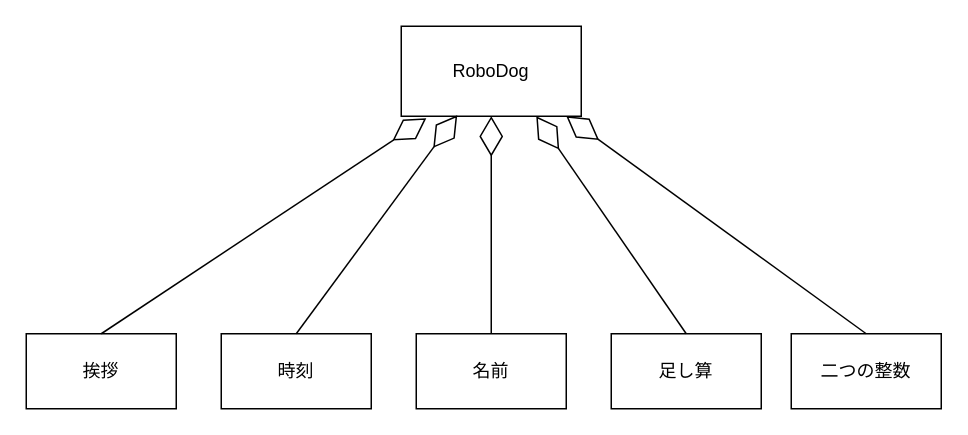
Above: 06_robo_dog/domain.drawio in otsukaasahi/ohara_uml (draw.io), before the change. Source tidied: cells renumbered, new cells numbered last; positions are measured from the earlier drawing's top-left corner, leaving out a move shared by most shapes. Both pictures are drawn from the tidied source at 150%, with x=0, y=0 at pixel (26, 26).
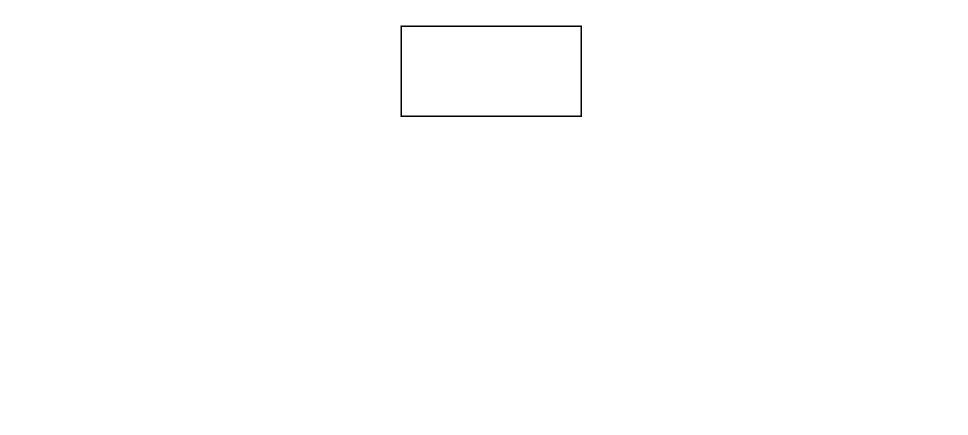
The same diagram, later.

Change to the diagram source:
```diff
@@
 <mxGraphModel>
   <root>
     <mxCell id="0" />
     <mxCell id="1" parent="0" />
-    <mxCell id="2" value="RoboDog" style="rounded=0;whiteSpace=wrap;html=1;" parent="1" vertex="1">
+    <mxCell id="2" style="rounded=0;whiteSpace=wrap;html=1;" parent="1" vertex="1">
       <mxGeometry x="250" width="120" height="60" as="geometry" />
     </mxCell>
-    <mxCell id="3" value="挨拶" style="rounded=0;whiteSpace=wrap;html=1;" parent="1" vertex="1">
-      <mxGeometry y="205" width="100" height="50" as="geometry" />
-    </mxCell>
-    <mxCell id="4" value="時刻" style="rounded=0;whiteSpace=wrap;html=1;" parent="1" vertex="1">
-      <mxGeometry x="130" y="205" width="100" height="50" as="geometry" />
-    </mxCell>
-    <mxCell id="5" value="名前" style="rounded=0;whiteSpace=wrap;html=1;" parent="1" vertex="1">
-      <mxGeometry x="260" y="205" width="100" height="50" as="geometry" />
-    </mxCell>
-    <mxCell id="6" value="足し算" style="rounded=0;whiteSpace=wrap;html=1;" parent="1" vertex="1">
-      <mxGeometry x="390" y="205" width="100" height="50" as="geometry" />
-    </mxCell>
-    <mxCell id="7" value="二つの整数" style="rounded=0;whiteSpace=wrap;html=1;" parent="1" vertex="1">
-      <mxGeometry x="510" y="205" width="100" height="50" as="geometry" />
-    </mxCell>
-    <mxCell id="8" style="endArrow=diamondThin;endFill=0;endSize=24;html=1;rounded=0;exitX=0.5;exitY=0;exitDx=0;exitDy=0;entryX=0.139;entryY=1.022;entryDx=0;entryDy=0;entryPerimeter=0;" parent="1" edge="1" source="3" target="2">
-      <mxGeometry relative="1" as="geometry" />
-    </mxCell>
-    <mxCell id="9" style="endArrow=diamondThin;endFill=0;endSize=24;html=1;rounded=0;exitX=0.5;exitY=0;exitDx=0;exitDy=0;entryX=0.311;entryY=0.989;entryDx=0;entryDy=0;entryPerimeter=0;" parent="1" edge="1" source="4" target="2">
-      <mxGeometry relative="1" as="geometry" />
-    </mxCell>
-    <mxCell id="10" style="endArrow=diamondThin;endFill=0;endSize=24;html=1;rounded=0;exitX=0.5;exitY=0;exitDx=0;exitDy=0;entryX=0.5;entryY=1;entryDx=0;entryDy=0;" parent="1" edge="1" source="5" target="2">
-      <mxGeometry relative="1" as="geometry" />
-    </mxCell>
-    <mxCell id="11" style="endArrow=diamondThin;endFill=0;endSize=24;html=1;rounded=0;exitX=0.5;exitY=0;exitDx=0;exitDy=0;entryX=0.75;entryY=1;entryDx=0;entryDy=0;" parent="1" edge="1" source="6" target="2">
-      <mxGeometry relative="1" as="geometry" />
-    </mxCell>
-    <mxCell id="12" style="endArrow=diamondThin;endFill=0;endSize=24;html=1;rounded=0;exitX=0.5;exitY=0;exitDx=0;exitDy=0;entryX=0.917;entryY=1;entryDx=0;entryDy=0;entryPerimeter=0;" parent="1" edge="1" source="7" target="2">
-      <mxGeometry relative="1" as="geometry" />
-    </mxCell>
   </root>
 </mxGraphModel>
```
